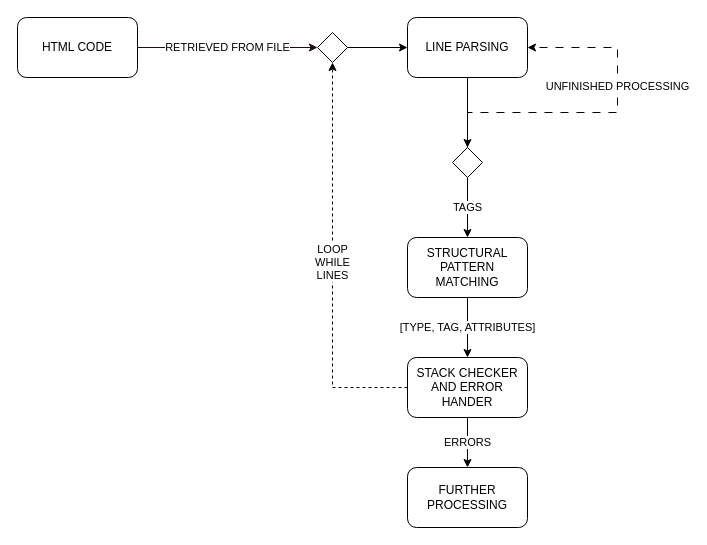
This is program_behaviour_map.drawio from VoidScientist/Python_HTML_Parsing, a draw.io file, before an edit. Source tidied: cells renumbered, new cells numbered last; positions are measured from the earlier drawing's top-left corner, leaving out a move shared by most shapes. Both pictures are drawn from the tidied source at 100%, with x=0, y=0 at pixel (17, 17).
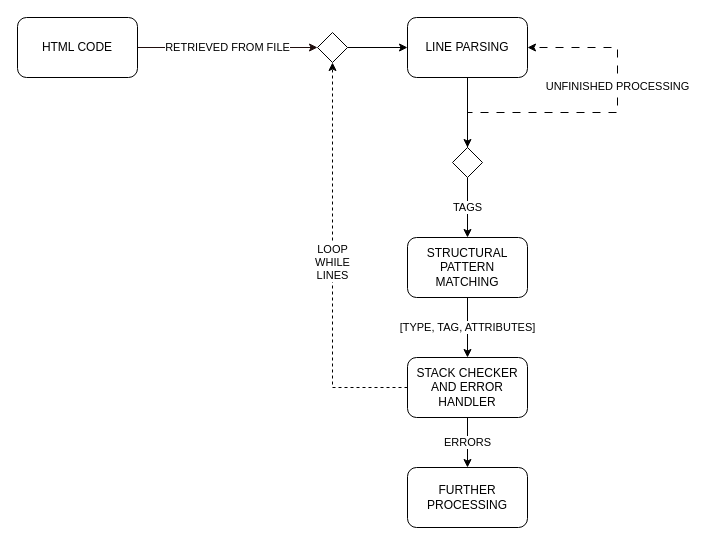
Above is the later version.

Commit message:
corrected typo

The edit, as a diff of the source:
```diff
@@
 <mxGraphModel>
   <root>
     <mxCell id="0" />
     <mxCell id="1" parent="0" />
     <mxCell id="2" value="RETRIEVED FROM FILE" style="edgeStyle=orthogonalEdgeStyle;rounded=0;jettySize=auto;html=1;entryX=0;entryY=0.5;entryDx=0;entryDy=0;fillColor=#f8cecc;strokeColor=#1F0E0D;exitX=1;exitY=0.5;exitDx=0;exitDy=0;" parent="1" edge="1" source="3" target="15">
       <mxGeometry relative="1" as="geometry" />
     </mxCell>
     <mxCell id="3" value="HTML CODE" style="rounded=1;whiteSpace=wrap;html=1;" parent="1" vertex="1">
       <mxGeometry width="120" height="60" as="geometry" />
     </mxCell>
     <mxCell id="4" style="edgeStyle=orthogonalEdgeStyle;rounded=0;jettySize=auto;html=1;entryX=0.5;entryY=0;entryDx=0;entryDy=0;" parent="1" edge="1" source="5" target="8">
       <mxGeometry relative="1" as="geometry" />
     </mxCell>
     <mxCell id="5" value="LINE PARSING" style="rounded=1;whiteSpace=wrap;html=1;" parent="1" vertex="1">
       <mxGeometry x="390" width="120" height="60" as="geometry" />
     </mxCell>
     <mxCell id="6" value="UNFINISHED PROCESSING" style="edgeStyle=orthogonalEdgeStyle;rounded=0;jettySize=auto;html=1;entryX=1;entryY=0.5;entryDx=0;entryDy=0;exitX=0.5;exitY=0;exitDx=0;exitDy=0;dashed=1;dashPattern=8 8;" parent="1" edge="1" source="8" target="5">
       <mxGeometry x="0.24" relative="1" as="geometry">
         <Array as="points">
           <mxPoint x="450" y="95" />
           <mxPoint x="600" y="95" />
           <mxPoint x="600" y="30" />
         </Array>
       </mxGeometry>
     </mxCell>
     <mxCell id="7" value="TAGS" style="edgeStyle=orthogonalEdgeStyle;rounded=0;jettySize=auto;html=1;entryX=0.5;entryY=0;entryDx=0;entryDy=0;" parent="1" edge="1" source="8" target="10">
       <mxGeometry relative="1" as="geometry" />
     </mxCell>
     <mxCell id="8" style="rhombus;whiteSpace=wrap;html=1;" parent="1" vertex="1">
       <mxGeometry x="435" y="130" width="30" height="30" as="geometry" />
     </mxCell>
     <mxCell id="9" value="[TYPE, TAG, ATTRIBUTES]" style="edgeStyle=orthogonalEdgeStyle;rounded=0;jettySize=auto;html=1;entryX=0.5;entryY=0;entryDx=0;entryDy=0;" parent="1" edge="1" source="10" target="13">
       <mxGeometry relative="1" as="geometry" />
     </mxCell>
     <mxCell id="10" value="STRUCTURAL PATTERN MATCHING" style="rounded=1;whiteSpace=wrap;html=1;" parent="1" vertex="1">
       <mxGeometry x="390" y="220" width="120" height="60" as="geometry" />
     </mxCell>
     <mxCell id="11" value="LOOP&lt;br&gt;WHILE&lt;br&gt;LINES" style="edgeStyle=orthogonalEdgeStyle;rounded=0;jettySize=auto;html=1;exitX=0;exitY=0.5;exitDx=0;exitDy=0;entryX=0.5;entryY=1;entryDx=0;entryDy=0;dashed=1;" parent="1" edge="1" source="13" target="15">
       <mxGeometry relative="1" as="geometry" />
     </mxCell>
     <mxCell id="12" value="ERRORS" style="edgeStyle=orthogonalEdgeStyle;rounded=0;jettySize=auto;html=1;" parent="1" edge="1" source="13" target="16">
       <mxGeometry relative="1" as="geometry" />
     </mxCell>
-    <mxCell id="13" value="STACK CHECKER AND ERROR HANDER" style="rounded=1;whiteSpace=wrap;html=1;" parent="1" vertex="1">
+    <mxCell id="13" value="STACK CHECKER AND ERROR HANDLER" style="rounded=1;whiteSpace=wrap;html=1;" parent="1" vertex="1">
       <mxGeometry x="390" y="340" width="120" height="60" as="geometry" />
     </mxCell>
     <mxCell id="14" style="edgeStyle=orthogonalEdgeStyle;rounded=0;jettySize=auto;html=1;entryX=0;entryY=0.5;entryDx=0;entryDy=0;" parent="1" edge="1" source="15" target="5">
       <mxGeometry relative="1" as="geometry" />
     </mxCell>
     <mxCell id="15" style="rhombus;whiteSpace=wrap;html=1;" parent="1" vertex="1">
       <mxGeometry x="300" y="15" width="30" height="30" as="geometry" />
     </mxCell>
     <mxCell id="16" value="FURTHER PROCESSING" style="whiteSpace=wrap;html=1;rounded=1;" parent="1" vertex="1">
       <mxGeometry x="390" y="450" width="120" height="60" as="geometry" />
     </mxCell>
   </root>
 </mxGraphModel>
```
